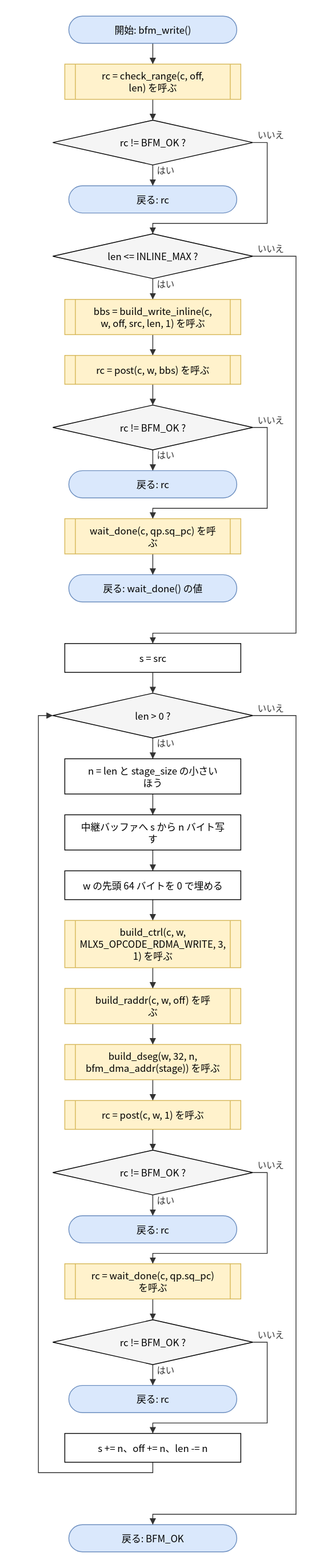
The draw.io diagram doc/spec/images/flow_src_bfm_ops-bfm_write.drawio.svg in hf355051012-ai/bfmem, before a commit. Source tidied: cells renumbered, new cells last; positions are measured from the earlier drawing's top-left corner, leaving out a move shared by most shapes. The source it was exported from:
```xml
<mxGraphModel>
  <root>
    <mxCell id="0" />
    <mxCell id="1" parent="0" />
    <mxCell id="2" value="開始: bfm_write()" style="rounded=1;arcSize=50;whiteSpace=wrap;html=1;fillColor=#dae8fc;strokeColor=#6c8ebf;" parent="1" vertex="1">
      <mxGeometry x="38" width="210" height="34" as="geometry" />
    </mxCell>
    <mxCell id="3" value="rc = check_range(c, off,&lt;br&gt;len) を呼ぶ" style="shape=process;whiteSpace=wrap;html=1;backgroundOutline=1;size=0.06;fillColor=#fff2cc;strokeColor=#d6b656;" parent="1" vertex="1">
      <mxGeometry x="33" y="60" width="220" height="44" as="geometry" />
    </mxCell>
    <mxCell id="4" value="rc != BFM_OK ?" style="rhombus;whiteSpace=wrap;html=1;fillColor=#f5f5f5;" parent="1" vertex="1">
      <mxGeometry x="18" y="130" width="250" height="56" as="geometry" />
    </mxCell>
    <mxCell id="5" value="戻る: rc" style="rounded=1;arcSize=50;whiteSpace=wrap;html=1;fillColor=#dae8fc;strokeColor=#6c8ebf;" parent="1" vertex="1">
      <mxGeometry x="38" y="212" width="210" height="34" as="geometry" />
    </mxCell>
    <mxCell id="6" value="len &amp;lt;= INLINE_MAX ?" style="rhombus;whiteSpace=wrap;html=1;fillColor=#f5f5f5;" parent="1" vertex="1">
      <mxGeometry x="18" y="272" width="250" height="56" as="geometry" />
    </mxCell>
    <mxCell id="7" value="bbs = build_write_inline(c,&lt;br&gt;w, off, src, len, 1) を呼ぶ" style="shape=process;whiteSpace=wrap;html=1;backgroundOutline=1;size=0.06;fillColor=#fff2cc;strokeColor=#d6b656;" parent="1" vertex="1">
      <mxGeometry x="33" y="354" width="220" height="44" as="geometry" />
    </mxCell>
    <mxCell id="8" value="rc = post(c, w, bbs) を呼ぶ" style="shape=process;whiteSpace=wrap;html=1;backgroundOutline=1;size=0.06;fillColor=#fff2cc;strokeColor=#d6b656;" parent="1" vertex="1">
      <mxGeometry x="33" y="424" width="220" height="36" as="geometry" />
    </mxCell>
    <mxCell id="9" value="rc != BFM_OK ?" style="rhombus;whiteSpace=wrap;html=1;fillColor=#f5f5f5;" parent="1" vertex="1">
      <mxGeometry x="18" y="486" width="250" height="56" as="geometry" />
    </mxCell>
    <mxCell id="10" value="戻る: rc" style="rounded=1;arcSize=50;whiteSpace=wrap;html=1;fillColor=#dae8fc;strokeColor=#6c8ebf;" parent="1" vertex="1">
      <mxGeometry x="38" y="568" width="210" height="34" as="geometry" />
    </mxCell>
    <mxCell id="11" value="wait_done(c, qp.sq_pc) を呼&lt;br&gt;ぶ" style="shape=process;whiteSpace=wrap;html=1;backgroundOutline=1;size=0.06;fillColor=#fff2cc;strokeColor=#d6b656;" parent="1" vertex="1">
      <mxGeometry x="33" y="628" width="220" height="44" as="geometry" />
    </mxCell>
    <mxCell id="12" value="戻る: wait_done() の値" style="rounded=1;arcSize=50;whiteSpace=wrap;html=1;fillColor=#dae8fc;strokeColor=#6c8ebf;" parent="1" vertex="1">
      <mxGeometry x="38" y="698" width="210" height="34" as="geometry" />
    </mxCell>
    <mxCell id="13" value="s = src" style="rounded=0;whiteSpace=wrap;html=1;" parent="1" vertex="1">
      <mxGeometry x="33" y="784" width="220" height="36" as="geometry" />
    </mxCell>
    <mxCell id="14" value="len &amp;gt; 0 ?" style="rhombus;whiteSpace=wrap;html=1;fillColor=#f5f5f5;" parent="1" vertex="1">
      <mxGeometry x="18" y="846" width="250" height="56" as="geometry" />
    </mxCell>
    <mxCell id="15" value="n = len と stage_size の小さい&lt;br&gt;ほう" style="rounded=0;whiteSpace=wrap;html=1;" parent="1" vertex="1">
      <mxGeometry x="33" y="928" width="220" height="44" as="geometry" />
    </mxCell>
    <mxCell id="16" value="中継バッファへ s から n バイト写&lt;br&gt;す" style="rounded=0;whiteSpace=wrap;html=1;" parent="1" vertex="1">
      <mxGeometry x="33" y="998" width="220" height="44" as="geometry" />
    </mxCell>
    <mxCell id="17" value="w の先頭 64 バイトを 0 で埋める" style="rounded=0;whiteSpace=wrap;html=1;" parent="1" vertex="1">
      <mxGeometry x="33" y="1068" width="220" height="36" as="geometry" />
    </mxCell>
    <mxCell id="18" value="build_ctrl(c, w,&lt;br&gt;MLX5_OPCODE_RDMA_WRITE, 3,&lt;br&gt;1) を呼ぶ" style="shape=process;whiteSpace=wrap;html=1;backgroundOutline=1;size=0.06;fillColor=#fff2cc;strokeColor=#d6b656;" parent="1" vertex="1">
      <mxGeometry x="33" y="1130" width="220" height="59" as="geometry" />
    </mxCell>
    <mxCell id="19" value="build_raddr(c, w, off) を呼&lt;br&gt;ぶ" style="shape=process;whiteSpace=wrap;html=1;backgroundOutline=1;size=0.06;fillColor=#fff2cc;strokeColor=#d6b656;" parent="1" vertex="1">
      <mxGeometry x="33" y="1215" width="220" height="44" as="geometry" />
    </mxCell>
    <mxCell id="20" value="build_dseg(w, 32, n,&lt;br&gt;bfm_dma_addr(stage)) を呼ぶ" style="shape=process;whiteSpace=wrap;html=1;backgroundOutline=1;size=0.06;fillColor=#fff2cc;strokeColor=#d6b656;" parent="1" vertex="1">
      <mxGeometry x="33" y="1285" width="220" height="44" as="geometry" />
    </mxCell>
    <mxCell id="21" value="rc = post(c, w, 1) を呼ぶ" style="shape=process;whiteSpace=wrap;html=1;backgroundOutline=1;size=0.06;fillColor=#fff2cc;strokeColor=#d6b656;" parent="1" vertex="1">
      <mxGeometry x="33" y="1355" width="220" height="36" as="geometry" />
    </mxCell>
    <mxCell id="22" value="rc != BFM_OK ?" style="rhombus;whiteSpace=wrap;html=1;fillColor=#f5f5f5;" parent="1" vertex="1">
      <mxGeometry x="18" y="1417" width="250" height="56" as="geometry" />
    </mxCell>
    <mxCell id="23" value="戻る: rc" style="rounded=1;arcSize=50;whiteSpace=wrap;html=1;fillColor=#dae8fc;strokeColor=#6c8ebf;" parent="1" vertex="1">
      <mxGeometry x="38" y="1499" width="210" height="34" as="geometry" />
    </mxCell>
    <mxCell id="24" value="rc = wait_done(c, qp.sq_pc)&lt;br&gt;を呼ぶ" style="shape=process;whiteSpace=wrap;html=1;backgroundOutline=1;size=0.06;fillColor=#fff2cc;strokeColor=#d6b656;" parent="1" vertex="1">
      <mxGeometry x="33" y="1559" width="220" height="44" as="geometry" />
    </mxCell>
    <mxCell id="25" value="rc != BFM_OK ?" style="rhombus;whiteSpace=wrap;html=1;fillColor=#f5f5f5;" parent="1" vertex="1">
      <mxGeometry x="18" y="1629" width="250" height="56" as="geometry" />
    </mxCell>
    <mxCell id="26" value="戻る: rc" style="rounded=1;arcSize=50;whiteSpace=wrap;html=1;fillColor=#dae8fc;strokeColor=#6c8ebf;" parent="1" vertex="1">
      <mxGeometry x="38" y="1711" width="210" height="34" as="geometry" />
    </mxCell>
    <mxCell id="27" value="s += n、off += n、len -= n" style="rounded=0;whiteSpace=wrap;html=1;" parent="1" vertex="1">
      <mxGeometry x="33" y="1771" width="220" height="36" as="geometry" />
    </mxCell>
    <mxCell id="28" value="戻る: BFM_OK" style="rounded=1;arcSize=50;whiteSpace=wrap;html=1;fillColor=#dae8fc;strokeColor=#6c8ebf;" parent="1" vertex="1">
      <mxGeometry x="38" y="1885" width="210" height="34" as="geometry" />
    </mxCell>
    <mxCell id="29" style="edgeStyle=none;html=1;rounded=0;endArrow=block;endFill=1;exitX=0.5000;exitY=1.0000;exitDx=0;exitDy=0;exitPerimeter=0;entryX=0.5000;entryY=0.0000;entryDx=0;entryDy=0;entryPerimeter=0;" parent="1" edge="1" source="2" target="3">
      <mxGeometry relative="1" as="geometry" />
    </mxCell>
    <mxCell id="30" style="edgeStyle=none;html=1;rounded=0;endArrow=block;endFill=1;exitX=0.5000;exitY=1.0000;exitDx=0;exitDy=0;exitPerimeter=0;entryX=0.5000;entryY=0.0000;entryDx=0;entryDy=0;entryPerimeter=0;" parent="1" edge="1" source="3" target="4">
      <mxGeometry relative="1" as="geometry" />
    </mxCell>
    <mxCell id="31" value="はい" style="edgeStyle=none;html=1;rounded=0;endArrow=block;endFill=1;exitX=0.5000;exitY=1.0000;exitDx=0;exitDy=0;exitPerimeter=0;entryX=0.5000;entryY=0.0000;entryDx=0;entryDy=0;entryPerimeter=0;" parent="1" edge="1" source="4" target="5">
      <mxGeometry relative="1" as="geometry" />
    </mxCell>
    <mxCell id="32" value="いいえ" style="edgeStyle=none;html=1;rounded=0;endArrow=block;endFill=1;exitX=1.0000;exitY=0.5000;exitDx=0;exitDy=0;exitPerimeter=0;entryX=0.5000;entryY=0.0000;entryDx=0;entryDy=0;entryPerimeter=0;" parent="1" edge="1" source="4" target="6">
      <mxGeometry relative="1" as="geometry">
        <Array as="points">
          <mxPoint x="286" y="158" />
          <mxPoint x="286" y="259" />
          <mxPoint x="143" y="259" />
        </Array>
      </mxGeometry>
    </mxCell>
    <mxCell id="33" value="はい" style="edgeStyle=none;html=1;rounded=0;endArrow=block;endFill=1;exitX=0.5000;exitY=1.0000;exitDx=0;exitDy=0;exitPerimeter=0;entryX=0.5000;entryY=0.0000;entryDx=0;entryDy=0;entryPerimeter=0;" parent="1" edge="1" source="6" target="7">
      <mxGeometry relative="1" as="geometry" />
    </mxCell>
    <mxCell id="34" style="edgeStyle=none;html=1;rounded=0;endArrow=block;endFill=1;exitX=0.5000;exitY=1.0000;exitDx=0;exitDy=0;exitPerimeter=0;entryX=0.5000;entryY=0.0000;entryDx=0;entryDy=0;entryPerimeter=0;" parent="1" edge="1" source="7" target="8">
      <mxGeometry relative="1" as="geometry" />
    </mxCell>
    <mxCell id="35" style="edgeStyle=none;html=1;rounded=0;endArrow=block;endFill=1;exitX=0.5000;exitY=1.0000;exitDx=0;exitDy=0;exitPerimeter=0;entryX=0.5000;entryY=0.0000;entryDx=0;entryDy=0;entryPerimeter=0;" parent="1" edge="1" source="8" target="9">
      <mxGeometry relative="1" as="geometry" />
    </mxCell>
    <mxCell id="36" value="はい" style="edgeStyle=none;html=1;rounded=0;endArrow=block;endFill=1;exitX=0.5000;exitY=1.0000;exitDx=0;exitDy=0;exitPerimeter=0;entryX=0.5000;entryY=0.0000;entryDx=0;entryDy=0;entryPerimeter=0;" parent="1" edge="1" source="9" target="10">
      <mxGeometry relative="1" as="geometry" />
    </mxCell>
    <mxCell id="37" value="いいえ" style="edgeStyle=none;html=1;rounded=0;endArrow=block;endFill=1;exitX=1.0000;exitY=0.5000;exitDx=0;exitDy=0;exitPerimeter=0;entryX=0.5000;entryY=0.0000;entryDx=0;entryDy=0;entryPerimeter=0;" parent="1" edge="1" source="9" target="11">
      <mxGeometry relative="1" as="geometry">
        <Array as="points">
          <mxPoint x="286" y="514" />
          <mxPoint x="286" y="615" />
          <mxPoint x="143" y="615" />
        </Array>
      </mxGeometry>
    </mxCell>
    <mxCell id="38" style="edgeStyle=none;html=1;rounded=0;endArrow=block;endFill=1;exitX=0.5000;exitY=1.0000;exitDx=0;exitDy=0;exitPerimeter=0;entryX=0.5000;entryY=0.0000;entryDx=0;entryDy=0;entryPerimeter=0;" parent="1" edge="1" source="11" target="12">
      <mxGeometry relative="1" as="geometry" />
    </mxCell>
    <mxCell id="39" value="いいえ" style="edgeStyle=none;html=1;rounded=0;endArrow=block;endFill=1;exitX=1.0000;exitY=0.5000;exitDx=0;exitDy=0;exitPerimeter=0;entryX=0.5000;entryY=0.0000;entryDx=0;entryDy=0;entryPerimeter=0;" parent="1" edge="1" source="6" target="13">
      <mxGeometry relative="1" as="geometry">
        <Array as="points">
          <mxPoint x="322" y="300" />
          <mxPoint x="322" y="771" />
          <mxPoint x="143" y="771" />
        </Array>
      </mxGeometry>
    </mxCell>
    <mxCell id="40" style="edgeStyle=none;html=1;rounded=0;endArrow=block;endFill=1;exitX=0.5000;exitY=1.0000;exitDx=0;exitDy=0;exitPerimeter=0;entryX=0.5000;entryY=0.0000;entryDx=0;entryDy=0;entryPerimeter=0;" parent="1" edge="1" source="13" target="14">
      <mxGeometry relative="1" as="geometry" />
    </mxCell>
    <mxCell id="41" value="はい" style="edgeStyle=none;html=1;rounded=0;endArrow=block;endFill=1;exitX=0.5000;exitY=1.0000;exitDx=0;exitDy=0;exitPerimeter=0;entryX=0.5000;entryY=0.0000;entryDx=0;entryDy=0;entryPerimeter=0;" parent="1" edge="1" source="14" target="15">
      <mxGeometry relative="1" as="geometry" />
    </mxCell>
    <mxCell id="42" style="edgeStyle=none;html=1;rounded=0;endArrow=block;endFill=1;exitX=0.5000;exitY=1.0000;exitDx=0;exitDy=0;exitPerimeter=0;entryX=0.5000;entryY=0.0000;entryDx=0;entryDy=0;entryPerimeter=0;" parent="1" edge="1" source="15" target="16">
      <mxGeometry relative="1" as="geometry" />
    </mxCell>
    <mxCell id="43" style="edgeStyle=none;html=1;rounded=0;endArrow=block;endFill=1;exitX=0.5000;exitY=1.0000;exitDx=0;exitDy=0;exitPerimeter=0;entryX=0.5000;entryY=0.0000;entryDx=0;entryDy=0;entryPerimeter=0;" parent="1" edge="1" source="16" target="17">
      <mxGeometry relative="1" as="geometry" />
    </mxCell>
    <mxCell id="44" style="edgeStyle=none;html=1;rounded=0;endArrow=block;endFill=1;exitX=0.5000;exitY=1.0000;exitDx=0;exitDy=0;exitPerimeter=0;entryX=0.5000;entryY=0.0000;entryDx=0;entryDy=0;entryPerimeter=0;" parent="1" edge="1" source="17" target="18">
      <mxGeometry relative="1" as="geometry" />
    </mxCell>
    <mxCell id="45" style="edgeStyle=none;html=1;rounded=0;endArrow=block;endFill=1;exitX=0.5000;exitY=1.0000;exitDx=0;exitDy=0;exitPerimeter=0;entryX=0.5000;entryY=0.0000;entryDx=0;entryDy=0;entryPerimeter=0;" parent="1" edge="1" source="18" target="19">
      <mxGeometry relative="1" as="geometry" />
    </mxCell>
    <mxCell id="46" style="edgeStyle=none;html=1;rounded=0;endArrow=block;endFill=1;exitX=0.5000;exitY=1.0000;exitDx=0;exitDy=0;exitPerimeter=0;entryX=0.5000;entryY=0.0000;entryDx=0;entryDy=0;entryPerimeter=0;" parent="1" edge="1" source="19" target="20">
      <mxGeometry relative="1" as="geometry" />
    </mxCell>
    <mxCell id="47" style="edgeStyle=none;html=1;rounded=0;endArrow=block;endFill=1;exitX=0.5000;exitY=1.0000;exitDx=0;exitDy=0;exitPerimeter=0;entryX=0.5000;entryY=0.0000;entryDx=0;entryDy=0;entryPerimeter=0;" parent="1" edge="1" source="20" target="21">
      <mxGeometry relative="1" as="geometry" />
    </mxCell>
    <mxCell id="48" style="edgeStyle=none;html=1;rounded=0;endArrow=block;endFill=1;exitX=0.5000;exitY=1.0000;exitDx=0;exitDy=0;exitPerimeter=0;entryX=0.5000;entryY=0.0000;entryDx=0;entryDy=0;entryPerimeter=0;" parent="1" edge="1" source="21" target="22">
      <mxGeometry relative="1" as="geometry" />
    </mxCell>
    <mxCell id="49" value="はい" style="edgeStyle=none;html=1;rounded=0;endArrow=block;endFill=1;exitX=0.5000;exitY=1.0000;exitDx=0;exitDy=0;exitPerimeter=0;entryX=0.5000;entryY=0.0000;entryDx=0;entryDy=0;entryPerimeter=0;" parent="1" edge="1" source="22" target="23">
      <mxGeometry relative="1" as="geometry" />
    </mxCell>
    <mxCell id="50" value="いいえ" style="edgeStyle=none;html=1;rounded=0;endArrow=block;endFill=1;exitX=1.0000;exitY=0.5000;exitDx=0;exitDy=0;exitPerimeter=0;entryX=0.5000;entryY=0.0000;entryDx=0;entryDy=0;entryPerimeter=0;" parent="1" edge="1" source="22" target="24">
      <mxGeometry relative="1" as="geometry">
        <Array as="points">
          <mxPoint x="286" y="1445" />
          <mxPoint x="286" y="1546" />
          <mxPoint x="143" y="1546" />
        </Array>
      </mxGeometry>
    </mxCell>
    <mxCell id="51" style="edgeStyle=none;html=1;rounded=0;endArrow=block;endFill=1;exitX=0.5000;exitY=1.0000;exitDx=0;exitDy=0;exitPerimeter=0;entryX=0.5000;entryY=0.0000;entryDx=0;entryDy=0;entryPerimeter=0;" parent="1" edge="1" source="24" target="25">
      <mxGeometry relative="1" as="geometry" />
    </mxCell>
    <mxCell id="52" value="はい" style="edgeStyle=none;html=1;rounded=0;endArrow=block;endFill=1;exitX=0.5000;exitY=1.0000;exitDx=0;exitDy=0;exitPerimeter=0;entryX=0.5000;entryY=0.0000;entryDx=0;entryDy=0;entryPerimeter=0;" parent="1" edge="1" source="25" target="26">
      <mxGeometry relative="1" as="geometry" />
    </mxCell>
    <mxCell id="53" value="いいえ" style="edgeStyle=none;html=1;rounded=0;endArrow=block;endFill=1;exitX=1.0000;exitY=0.5000;exitDx=0;exitDy=0;exitPerimeter=0;entryX=0.5000;entryY=0.0000;entryDx=0;entryDy=0;entryPerimeter=0;" parent="1" edge="1" source="25" target="27">
      <mxGeometry relative="1" as="geometry">
        <Array as="points">
          <mxPoint x="286" y="1657" />
          <mxPoint x="286" y="1758" />
          <mxPoint x="143" y="1758" />
        </Array>
      </mxGeometry>
    </mxCell>
    <mxCell id="54" style="edgeStyle=none;html=1;rounded=0;endArrow=block;endFill=1;exitX=0.5000;exitY=1.0000;exitDx=0;exitDy=0;exitPerimeter=0;entryX=0.0000;entryY=0.5000;entryDx=0;entryDy=0;entryPerimeter=0;" parent="1" edge="1" source="27" target="14">
      <mxGeometry relative="1" as="geometry">
        <Array as="points">
          <mxPoint x="143" y="1820" />
          <mxPoint y="1820" />
          <mxPoint y="874" />
        </Array>
      </mxGeometry>
    </mxCell>
    <mxCell id="55" value="いいえ" style="edgeStyle=none;html=1;rounded=0;endArrow=block;endFill=1;exitX=1.0000;exitY=0.5000;exitDx=0;exitDy=0;exitPerimeter=0;entryX=0.5000;entryY=0.0000;entryDx=0;entryDy=0;entryPerimeter=0;" parent="1" edge="1" source="14" target="28">
      <mxGeometry relative="1" as="geometry">
        <Array as="points">
          <mxPoint x="322" y="874" />
          <mxPoint x="322" y="1872" />
          <mxPoint x="143" y="1872" />
        </Array>
      </mxGeometry>
    </mxCell>
  </root>
</mxGraphModel>
```
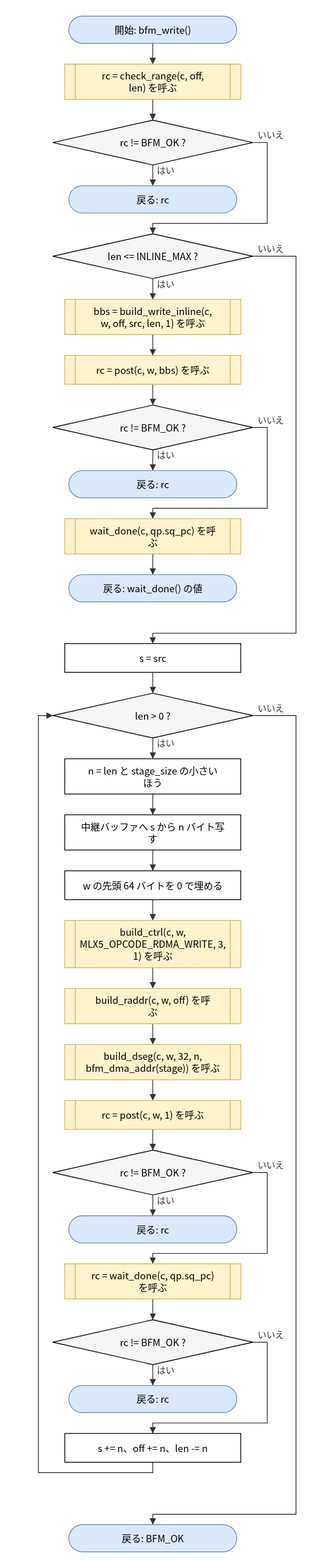
Above is the later version.

What changed in the source:
```diff
@@ -56,7 +56,7 @@
     <mxCell id="19" value="build_raddr(c, w, off) を呼&lt;br&gt;ぶ" style="shape=process;whiteSpace=wrap;html=1;backgroundOutline=1;size=0.06;fillColor=#fff2cc;strokeColor=#d6b656;" parent="1" vertex="1">
       <mxGeometry x="33" y="1215" width="220" height="44" as="geometry" />
     </mxCell>
-    <mxCell id="20" value="build_dseg(w, 32, n,&lt;br&gt;bfm_dma_addr(stage)) を呼ぶ" style="shape=process;whiteSpace=wrap;html=1;backgroundOutline=1;size=0.06;fillColor=#fff2cc;strokeColor=#d6b656;" parent="1" vertex="1">
+    <mxCell id="20" value="build_dseg(c, w, 32, n,&lt;br&gt;bfm_dma_addr(stage)) を呼ぶ" style="shape=process;whiteSpace=wrap;html=1;backgroundOutline=1;size=0.06;fillColor=#fff2cc;strokeColor=#d6b656;" parent="1" vertex="1">
       <mxGeometry x="33" y="1285" width="220" height="44" as="geometry" />
     </mxCell>
     <mxCell id="21" value="rc = post(c, w, 1) を呼ぶ" style="shape=process;whiteSpace=wrap;html=1;backgroundOutline=1;size=0.06;fillColor=#fff2cc;strokeColor=#d6b656;" parent="1" vertex="1">
```
